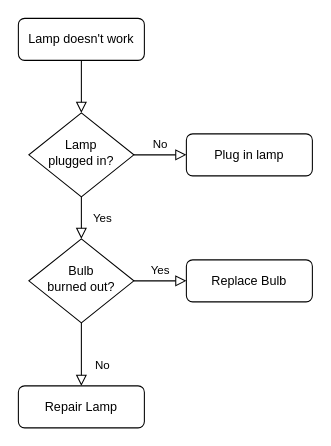
Woody4M/assigment5-from-csc keeps this draw.io diagram as Untitled Diagram.drawio. Above is the earlier version. Source tidied: cells renumbered, new cells numbered last; positions are measured from the earlier drawing's top-left corner, leaving out a move shared by most shapes. Both pictures are drawn from the tidied source at 105%, with x=0, y=0 at pixel (18, 18).
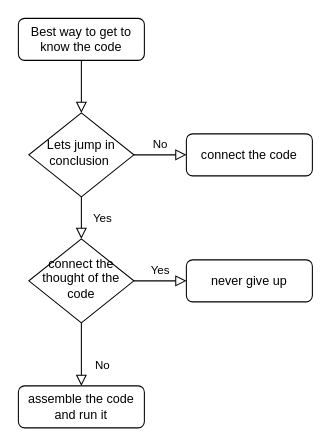
Above is the later version.

What changed in the source:
```diff
@@
 <mxGraphModel>
   <root>
     <mxCell id="0" />
     <mxCell id="1" parent="0" />
     <mxCell id="2" style="rounded=0;html=1;jettySize=auto;fontSize=11;endArrow=block;endFill=0;endSize=8;strokeWidth=1;shadow=0;labelBackgroundColor=none;edgeStyle=orthogonalEdgeStyle;" parent="1" edge="1" source="3" target="6">
       <mxGeometry relative="1" as="geometry" />
     </mxCell>
-    <mxCell id="3" value="Lamp doesn't work" style="rounded=1;whiteSpace=wrap;html=1;fontSize=12;glass=0;strokeWidth=1;shadow=0;" parent="1" vertex="1">
+    <mxCell id="3" value="Best way to get to know the code" style="rounded=1;whiteSpace=wrap;html=1;fontSize=12;glass=0;strokeWidth=1;shadow=0;" parent="1" vertex="1">
       <mxGeometry width="120" height="40" as="geometry" />
     </mxCell>
     <mxCell id="4" value="Yes" style="rounded=0;html=1;jettySize=auto;fontSize=11;endArrow=block;endFill=0;endSize=8;strokeWidth=1;shadow=0;labelBackgroundColor=none;edgeStyle=orthogonalEdgeStyle;" parent="1" edge="1" source="6" target="10">
       <mxGeometry y="20" relative="1" as="geometry" />
     </mxCell>
     <mxCell id="5" value="No" style="edgeStyle=orthogonalEdgeStyle;rounded=0;html=1;jettySize=auto;fontSize=11;endArrow=block;endFill=0;endSize=8;strokeWidth=1;shadow=0;labelBackgroundColor=none;" parent="1" edge="1" source="6" target="7">
       <mxGeometry y="10" relative="1" as="geometry" />
     </mxCell>
-    <mxCell id="6" value="Lamp&lt;br&gt;plugged in?" style="rhombus;whiteSpace=wrap;html=1;shadow=0;fontFamily=Helvetica;fontSize=12;align=center;strokeWidth=1;spacing=6;spacingTop=-4;" parent="1" vertex="1">
+    <mxCell id="6" value="Lets jump in conclusion&amp;nbsp;" style="rhombus;whiteSpace=wrap;html=1;shadow=0;fontFamily=Helvetica;fontSize=12;align=center;strokeWidth=1;spacing=6;spacingTop=-4;" parent="1" vertex="1">
       <mxGeometry x="10" y="90" width="100" height="80" as="geometry" />
     </mxCell>
-    <mxCell id="7" value="Plug in lamp" style="rounded=1;whiteSpace=wrap;html=1;fontSize=12;glass=0;strokeWidth=1;shadow=0;" parent="1" vertex="1">
+    <mxCell id="7" value="connect the code" style="rounded=1;whiteSpace=wrap;html=1;fontSize=12;glass=0;strokeWidth=1;shadow=0;" parent="1" vertex="1">
       <mxGeometry x="160" y="110" width="120" height="40" as="geometry" />
     </mxCell>
     <mxCell id="8" value="No" style="rounded=0;html=1;jettySize=auto;fontSize=11;endArrow=block;endFill=0;endSize=8;strokeWidth=1;shadow=0;labelBackgroundColor=none;edgeStyle=orthogonalEdgeStyle;" parent="1" edge="1" source="10" target="11">
       <mxGeometry x="0.33" y="20" relative="1" as="geometry" />
     </mxCell>
     <mxCell id="9" value="Yes" style="edgeStyle=orthogonalEdgeStyle;rounded=0;html=1;jettySize=auto;fontSize=11;endArrow=block;endFill=0;endSize=8;strokeWidth=1;shadow=0;labelBackgroundColor=none;" parent="1" edge="1" source="10" target="12">
       <mxGeometry y="10" relative="1" as="geometry" />
     </mxCell>
-    <mxCell id="10" value="Bulb&lt;br&gt;burned out?" style="rhombus;whiteSpace=wrap;html=1;shadow=0;fontFamily=Helvetica;fontSize=12;align=center;strokeWidth=1;spacing=6;spacingTop=-4;" parent="1" vertex="1">
+    <mxCell id="10" value="connect the thought of the code" style="rhombus;whiteSpace=wrap;html=1;shadow=0;fontFamily=Helvetica;fontSize=12;align=center;strokeWidth=1;spacing=6;spacingTop=-4;" parent="1" vertex="1">
       <mxGeometry x="10" y="210" width="100" height="80" as="geometry" />
     </mxCell>
-    <mxCell id="11" value="Repair Lamp" style="rounded=1;whiteSpace=wrap;html=1;fontSize=12;glass=0;strokeWidth=1;shadow=0;" parent="1" vertex="1">
+    <mxCell id="11" value="assemble the code and run it" style="rounded=1;whiteSpace=wrap;html=1;fontSize=12;glass=0;strokeWidth=1;shadow=0;" parent="1" vertex="1">
       <mxGeometry y="350" width="120" height="40" as="geometry" />
     </mxCell>
-    <mxCell id="12" value="Replace Bulb" style="rounded=1;whiteSpace=wrap;html=1;fontSize=12;glass=0;strokeWidth=1;shadow=0;" parent="1" vertex="1">
+    <mxCell id="12" value="never give up" style="rounded=1;whiteSpace=wrap;html=1;fontSize=12;glass=0;strokeWidth=1;shadow=0;" parent="1" vertex="1">
       <mxGeometry x="160" y="230" width="120" height="40" as="geometry" />
     </mxCell>
   </root>
 </mxGraphModel>
```
